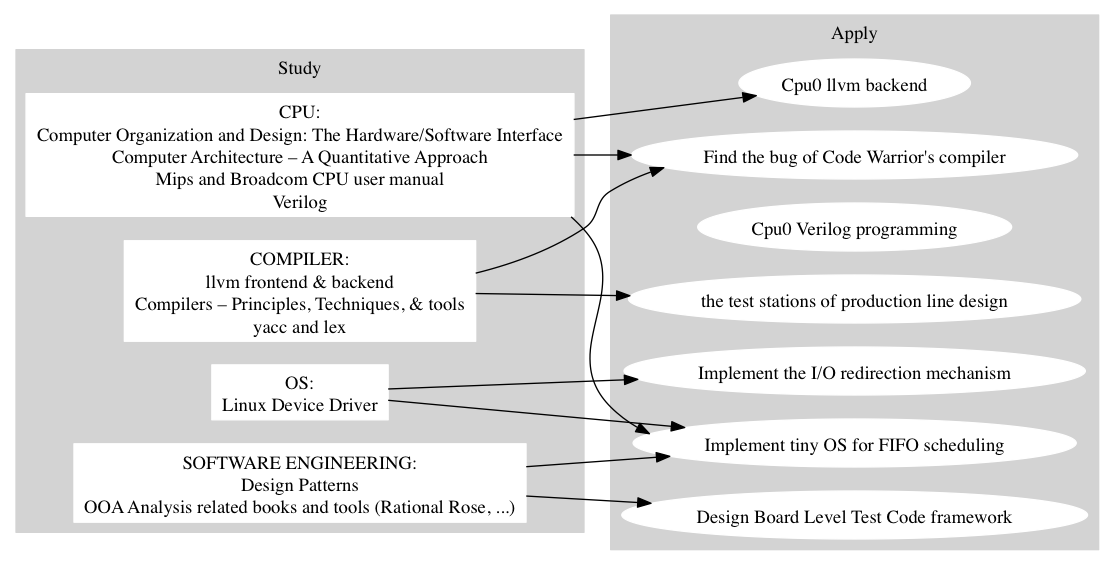
The Graphviz diagram images/study_and_apply.png in Jonathan2251/ws, before a commit. Its source is kept beside it as images/study_and_apply.gv. The source it was exported from:
```dot
digraph G {

	rankdir=LR;
	subgraph cluster_0 {
		style=filled;
		label = "Study";
		node [shape=box,style=filled,color=white]; CPU [label="CPU:\nComputer Organization and Design: The Hardware/Software Interface\nComputer Architecture – A Quantitative Approach\nMips and Broadcom CPU user manual\nVerilog"];
		node [style=filled,color=white]; COMPILER [label="COMPILER:\nllvm frontend & backend\nCompilers – Principles, Techniques, & tools\nyacc and lex"];
		node [style=filled,color=white]; OS [label="OS:\nLinux Device Driver"];
		node [style=filled,color=white]; "SOFTWARE ENGINEERING" [label="SOFTWARE ENGINEERING:\nDesign Patterns\nOOA Analysis related books and tools (Rational Rose, ...)"];
		color=lightgrey;
	}
	subgraph cluster_1 {
		style=filled;
		color=lightgrey;
		label = "Apply";
		node [style=filled,color=white]; codewarrior [label="Find the bug of Code Warrior's compiler"];
		node [style=filled,color=white]; tinyos [label="Implement tiny OS for FIFO scheduling"];
		node [style=filled,color=white]; verilog [label="Cpu0 Verilog programming"];
		node [style=filled,color=white]; backend [label="Cpu0 llvm backend"];
		node [style=filled,color=white]; teststation [label="the test stations of production line design"];
		node [style=filled,color=white]; io [label="Implement the I/O redirection mechanism"];
		node [style=filled,color=white]; bltc [label="Design Board Level Test Code framework"];
	}
    CPU -> codewarrior;
    CPU -> tinyos;
    CPU -> backend;
    COMPILER -> codewarrior;
    COMPILER -> teststation;
    OS -> tinyos;
    OS -> io;
    "SOFTWARE ENGINEERING" -> tinyos;
    "SOFTWARE ENGINEERING" -> bltc;

}
```
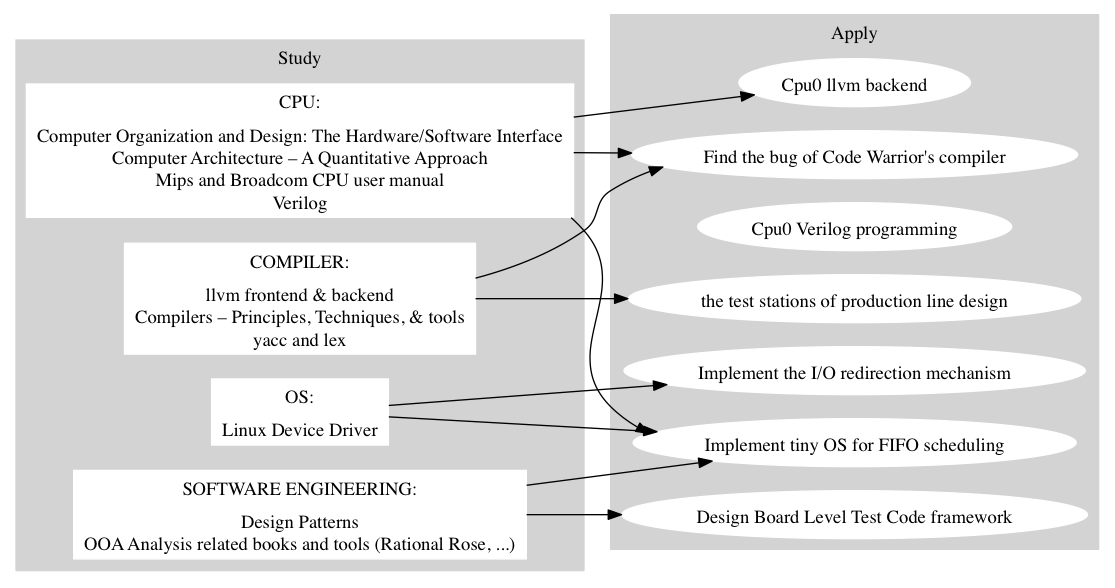
After the change.

Diff of the diagram source:
```diff
@@ -1,35 +1,36 @@
+
 digraph G {
 
-	rankdir=LR;
-	subgraph cluster_0 {
-		style=filled;
-		label = "Study";
-		node [shape=box,style=filled,color=white]; CPU [label="CPU:\nComputer Organization and Design: The Hardware/Software Interface\nComputer Architecture – A Quantitative Approach\nMips and Broadcom CPU user manual\nVerilog"];
-		node [style=filled,color=white]; COMPILER [label="COMPILER:\nllvm frontend & backend\nCompilers – Principles, Techniques, & tools\nyacc and lex"];
-		node [style=filled,color=white]; OS [label="OS:\nLinux Device Driver"];
-		node [style=filled,color=white]; "SOFTWARE ENGINEERING" [label="SOFTWARE ENGINEERING:\nDesign Patterns\nOOA Analysis related books and tools (Rational Rose, ...)"];
-		color=lightgrey;
-	}
-	subgraph cluster_1 {
-		style=filled;
-		color=lightgrey;
-		label = "Apply";
-		node [style=filled,color=white]; codewarrior [label="Find the bug of Code Warrior's compiler"];
-		node [style=filled,color=white]; tinyos [label="Implement tiny OS for FIFO scheduling"];
-		node [style=filled,color=white]; verilog [label="Cpu0 Verilog programming"];
-		node [style=filled,color=white]; backend [label="Cpu0 llvm backend"];
-		node [style=filled,color=white]; teststation [label="the test stations of production line design"];
-		node [style=filled,color=white]; io [label="Implement the I/O redirection mechanism"];
-		node [style=filled,color=white]; bltc [label="Design Board Level Test Code framework"];
-	}
-    CPU -> codewarrior;
-    CPU -> tinyos;
-    CPU -> backend;
-    COMPILER -> codewarrior;
-    COMPILER -> teststation;
-    OS -> tinyos;
-    OS -> io;
-    "SOFTWARE ENGINEERING" -> tinyos;
-    "SOFTWARE ENGINEERING" -> bltc;
+  rankdir=LR;
+  subgraph cluster_0 {
+    style=filled;
+    label = "Study";
+    node [shape=record,style=filled,color=white]; CPU [label="CPU:|Computer Organization and Design: The Hardware/Software Interface\nComputer Architecture – A Quantitative Approach\nMips and Broadcom CPU user manual\nVerilog"];
+    node [style=filled,color=white]; COMPILER [label="COMPILER:|llvm frontend & backend\nCompilers – Principles, Techniques, & tools\nyacc and lex"];
+    node [style=filled,color=white]; OS [label="OS:|Linux Device Driver"];
+    node [style=filled,color=white]; "SOFTWARE ENGINEERING" [label="SOFTWARE ENGINEERING:|Design Patterns\nOOA Analysis related books and tools (Rational Rose, ...)"];
+    color=lightgrey;
+  }
+  subgraph cluster_1 {
+    style=filled;
+    color=lightgrey;
+    label = "Apply";
+    node [style=filled,color=white]; codewarrior [label="Find the bug of Code Warrior's compiler"];
+    node [style=filled,color=white]; tinyos [label="Implement tiny OS for FIFO scheduling"];
+    node [style=filled,color=white]; verilog [label="Cpu0 Verilog programming"];
+    node [style=filled,color=white]; backend [label="Cpu0 llvm backend"];
+    node [style=filled,color=white]; teststation [label="the test stations of production line design"];
+    node [style=filled,color=white]; io [label="Implement the I/O redirection mechanism"];
+    node [style=filled,color=white]; bltc [label="Design Board Level Test Code framework"];
+  }
+  CPU -> codewarrior;
+  CPU -> tinyos;
+  CPU -> backend;
+  COMPILER -> codewarrior;
+  COMPILER -> teststation;
+  OS -> tinyos;
+  OS -> io;
+  "SOFTWARE ENGINEERING" -> tinyos;
+  "SOFTWARE ENGINEERING" -> bltc;
 
 }
```
